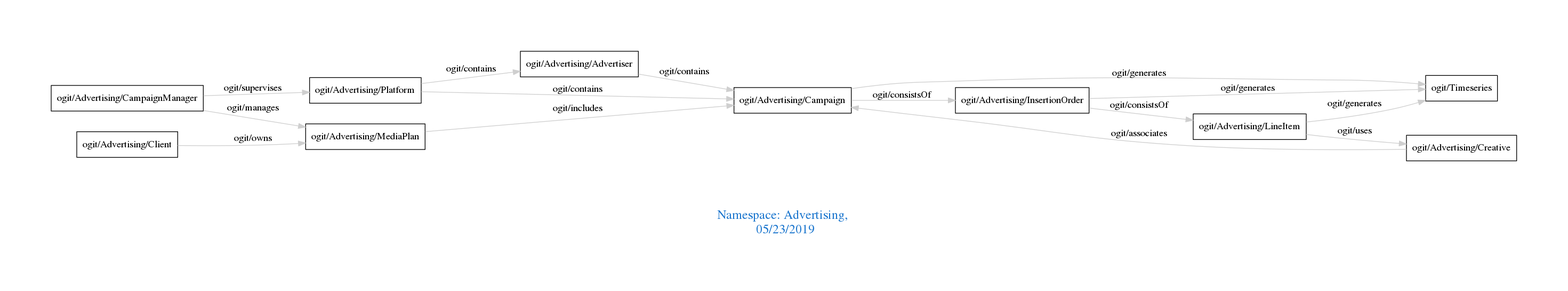
Above: downloads/Advertising.png in arago/OGIT (Graphviz), before the change. Its source is kept beside it as downloads/Advertising.dot.
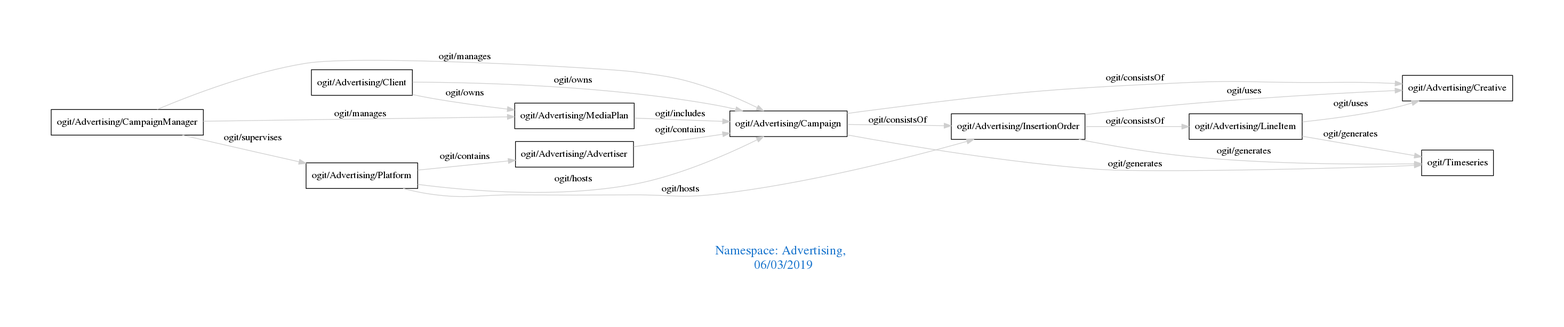
After the commit.

Change to the diagram source:
```diff
@@ -1,22 +1,26 @@
 digraph OGIT_ontology {
  graph [ rankdir= LR,pad=1
 fontsize = 18,
-fontcolor= dodgerblue3,label = "\n\n\nNamespace: Advertising, \n 05/23/2019"];
+fontcolor= dodgerblue3,label = "\n\n\nNamespace: Advertising, \n 06/03/2019"];
 node[shape=polygon];
 edge [  color="gray81"];
 
    "ogit/Advertising/Advertiser" -> "ogit/Advertising/Campaign" [label="   ogit/contains    "];
-   "ogit/Advertising/Platform" -> "ogit/Advertising/Campaign" [label="   ogit/contains    "];
    "ogit/Advertising/Platform" -> "ogit/Advertising/Advertiser" [label="   ogit/contains    "];
    "ogit/Advertising/CampaignManager" -> "ogit/Advertising/MediaPlan" [label="   ogit/manages    "];
+   "ogit/Advertising/CampaignManager" -> "ogit/Advertising/Campaign" [label="   ogit/manages    "];
+   "ogit/Advertising/Platform" -> "ogit/Advertising/Campaign" [label="   ogit/hosts    "];
+   "ogit/Advertising/Platform" -> "ogit/Advertising/InsertionOrder" [label="   ogit/hosts    "];
    "ogit/Advertising/CampaignManager" -> "ogit/Advertising/Platform" [label="   ogit/supervises    "];
    "ogit/Advertising/Campaign" -> "ogit/Timeseries" [label="   ogit/generates    "];
    "ogit/Advertising/InsertionOrder" -> "ogit/Timeseries" [label="   ogit/generates    "];
    "ogit/Advertising/LineItem" -> "ogit/Timeseries" [label="   ogit/generates    "];
    "ogit/Advertising/MediaPlan" -> "ogit/Advertising/Campaign" [label="   ogit/includes    "];
-   "ogit/Advertising/Creative" -> "ogit/Advertising/Campaign" [label="   ogit/associates    "];
    "ogit/Advertising/Client" -> "ogit/Advertising/MediaPlan" [label="   ogit/owns    "];
+   "ogit/Advertising/Client" -> "ogit/Advertising/Campaign" [label="   ogit/owns    "];
+   "ogit/Advertising/InsertionOrder" -> "ogit/Advertising/Creative" [label="   ogit/uses    "];
    "ogit/Advertising/LineItem" -> "ogit/Advertising/Creative" [label="   ogit/uses    "];
    "ogit/Advertising/Campaign" -> "ogit/Advertising/InsertionOrder" [label="   ogit/consistsOf    "];
+   "ogit/Advertising/Campaign" -> "ogit/Advertising/Creative" [label="   ogit/consistsOf    "];
    "ogit/Advertising/InsertionOrder" -> "ogit/Advertising/LineItem" [label="   ogit/consistsOf    "];
 }
```
